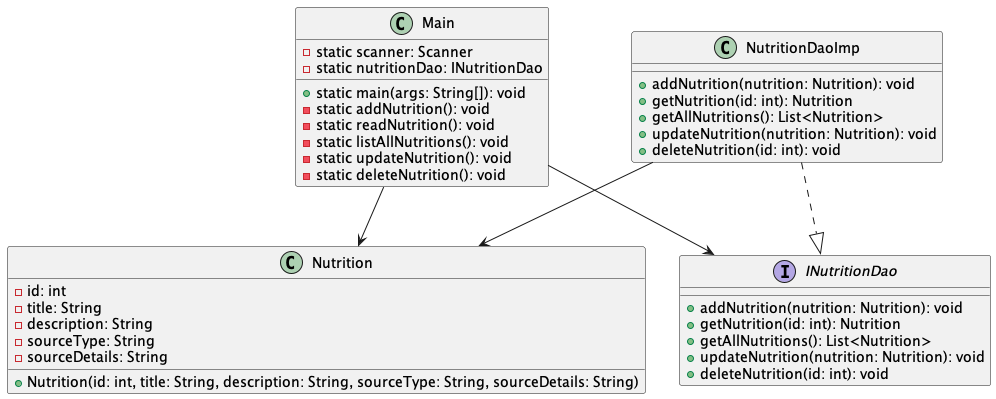
Above: out/nutritionfact/nutritionfact.png in eheperson/java-nutrition-fact-detector (PlantUML), before the change. The source it was exported from:
```plantuml
@startuml

class Main {
    -static scanner: Scanner
    -static nutritionDao: INutritionDao
    +static main(args: String[]): void
    -static addNutrition(): void
    -static readNutrition(): void
    -static listAllNutritions(): void
    -static updateNutrition(): void
    -static deleteNutrition(): void
}

class Nutrition {
    -id: int
    -title: String
    -description: String
    -sourceType: String
    -sourceDetails: String
    +Nutrition(id: int, title: String, description: String, sourceType: String, sourceDetails: String)
}

interface INutritionDao {
    +addNutrition(nutrition: Nutrition): void
    +getNutrition(id: int): Nutrition
    +getAllNutritions(): List<Nutrition>
    +updateNutrition(nutrition: Nutrition): void
    +deleteNutrition(id: int): void
}

class NutritionDaoImp {
    +addNutrition(nutrition: Nutrition): void
    +getNutrition(id: int): Nutrition
    +getAllNutritions(): List<Nutrition>
    +updateNutrition(nutrition: Nutrition): void
    +deleteNutrition(id: int): void
}

Main --> Nutrition
Main --> INutritionDao
NutritionDaoImp ..|> INutritionDao
NutritionDaoImp --> Nutrition

@enduml
```
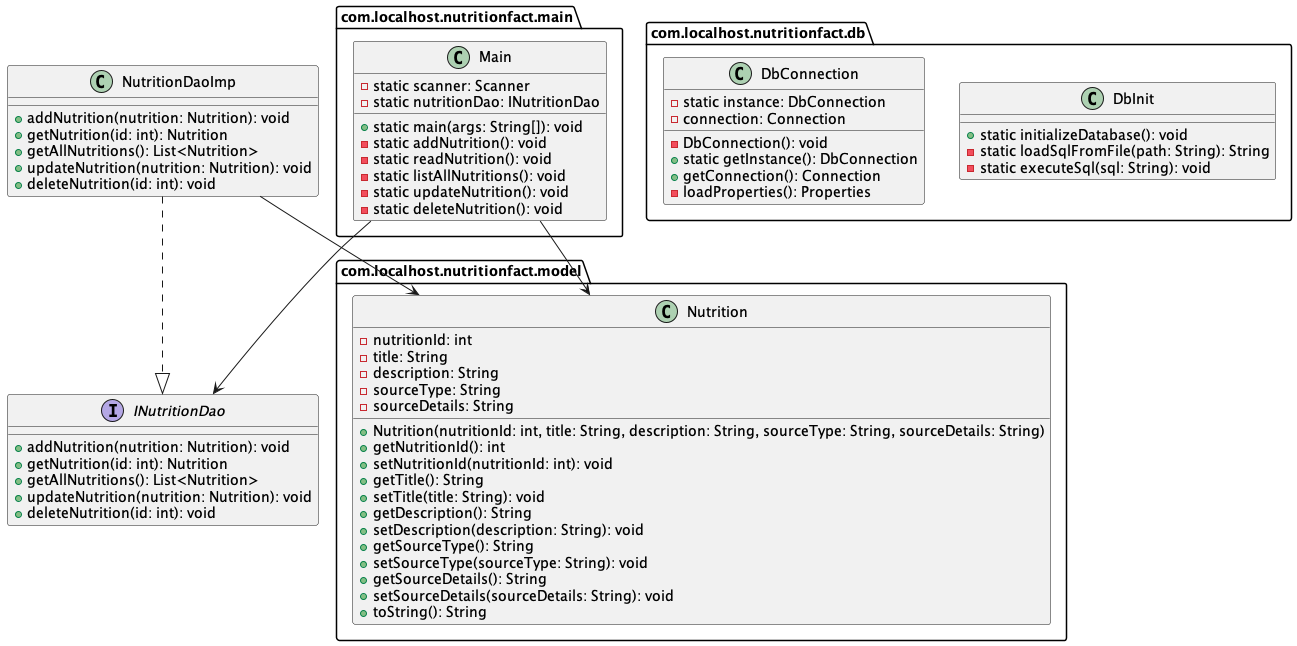
After the commit.

Change to the diagram source:
```diff
@@ -1,26 +1,58 @@
 @startuml
 
-class Main {
-    -static scanner: Scanner
-    -static nutritionDao: INutritionDao
-    +static main(args: String[]): void
-    -static addNutrition(): void
-    -static readNutrition(): void
-    -static listAllNutritions(): void
-    -static updateNutrition(): void
-    -static deleteNutrition(): void
+package "com.localhost.nutritionfact.db" {
+    class "DbConnection" {
+        -static instance: DbConnection
+        -connection: Connection
+        -DbConnection(): void
+        +static getInstance(): DbConnection
+        +getConnection(): Connection
+        -loadProperties(): Properties
+    }
+
+    class "DbInit" {
+        +static initializeDatabase(): void
+        -static loadSqlFromFile(path: String): String
+        -static executeSql(sql: String): void
+    }
 }
 
-class Nutrition {
-    -id: int
-    -title: String
-    -description: String
-    -sourceType: String
-    -sourceDetails: String
-    +Nutrition(id: int, title: String, description: String, sourceType: String, sourceDetails: String)
+package "com.localhost.nutritionfact.model" {
+    class "Nutrition" {
+        -nutritionId: int
+        -title: String
+        -description: String
+        -sourceType: String
+        -sourceDetails: String
+        +Nutrition(nutritionId: int, title: String, description: String, sourceType: String, sourceDetails: String)
+        +getNutritionId(): int
+        +setNutritionId(nutritionId: int): void
+        +getTitle(): String
+        +setTitle(title: String): void
+        +getDescription(): String
+        +setDescription(description: String): void
+        +getSourceType(): String
+        +setSourceType(sourceType: String): void
+        +getSourceDetails(): String
+        +setSourceDetails(sourceDetails: String): void
+        +toString(): String
+    }
 }
 
-interface INutritionDao {
+package "com.localhost.nutritionfact.main" {
+    class "Main" {
+        -static scanner: Scanner
+        -static nutritionDao: INutritionDao
+        +static main(args: String[]): void
+        -static addNutrition(): void
+        -static readNutrition(): void
+        -static listAllNutritions(): void
+        -static updateNutrition(): void
+        -static deleteNutrition(): void
+    }
+}
+
+interface "INutritionDao" {
     +addNutrition(nutrition: Nutrition): void
     +getNutrition(id: int): Nutrition
     +getAllNutritions(): List<Nutrition>
@@ -28,7 +60,7 @@
     +deleteNutrition(id: int): void
 }
 
-class NutritionDaoImp {
+class "NutritionDaoImp" {
     +addNutrition(nutrition: Nutrition): void
     +getNutrition(id: int): Nutrition
     +getAllNutritions(): List<Nutrition>
```
